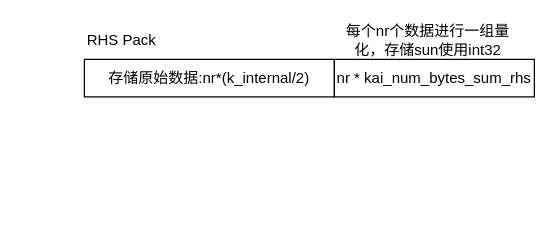
Above: ARM/kleidiAI.drawio in mailonghua/drawio (draw.io), before the change. Source tidied: cells renumbered, new cells numbered last; positions are measured from the earlier drawing's top-left corner, leaving out a move shared by most shapes. Both pictures are drawn from the tidied source at 125%, with x=0, y=0 at pixel (84, 21).
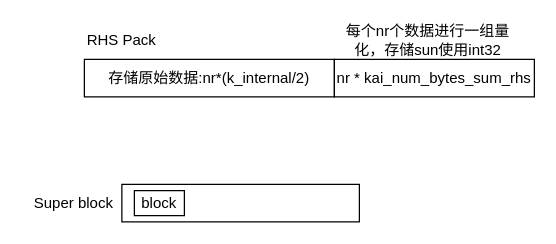
The same diagram, later.

Diff of the diagram source:
```diff
@@
 <mxGraphModel>
   <root>
     <mxCell id="0" />
     <mxCell id="1" parent="0" />
     <mxCell id="2" value="存储原始数据:nr*(k_internal/2)" style="rounded=0;whiteSpace=wrap;html=1;" parent="1" vertex="1">
       <mxGeometry y="30" width="200" height="30" as="geometry" />
     </mxCell>
     <mxCell id="3" value="nr * kai_num_bytes_sum_rhs" style="rounded=0;whiteSpace=wrap;html=1;" parent="1" vertex="1">
       <mxGeometry x="200" y="30" width="160" height="30" as="geometry" />
     </mxCell>
     <mxCell id="4" value="RHS Pack" style="text;strokeColor=none;align=center;fillColor=none;html=1;verticalAlign=middle;whiteSpace=wrap;rounded=0;" parent="1" vertex="1">
       <mxGeometry width="60" height="30" as="geometry" />
     </mxCell>
     <mxCell id="5" value="每个nr个数据进行一组量化，存储sun使用int32" style="text;strokeColor=none;align=center;fillColor=none;html=1;verticalAlign=middle;whiteSpace=wrap;rounded=0;" parent="1" vertex="1">
       <mxGeometry x="200" width="150" height="30" as="geometry" />
     </mxCell>
+    <mxCell id="6" style="rounded=0;whiteSpace=wrap;html=1;" parent="1" vertex="1">
+      <mxGeometry x="30" y="130" width="190" height="30" as="geometry" />
+    </mxCell>
+    <mxCell id="7" value="block" style="rounded=0;whiteSpace=wrap;html=1;" parent="1" vertex="1">
+      <mxGeometry x="40" y="135" width="40" height="20" as="geometry" />
+    </mxCell>
+    <mxCell id="8" value="&amp;nbsp;Super block" style="text;strokeColor=none;align=center;fillColor=none;html=1;verticalAlign=middle;whiteSpace=wrap;rounded=0;" parent="1" vertex="1">
+      <mxGeometry x="-50" y="130" width="80" height="30" as="geometry" />
+    </mxCell>
   </root>
 </mxGraphModel>
```
